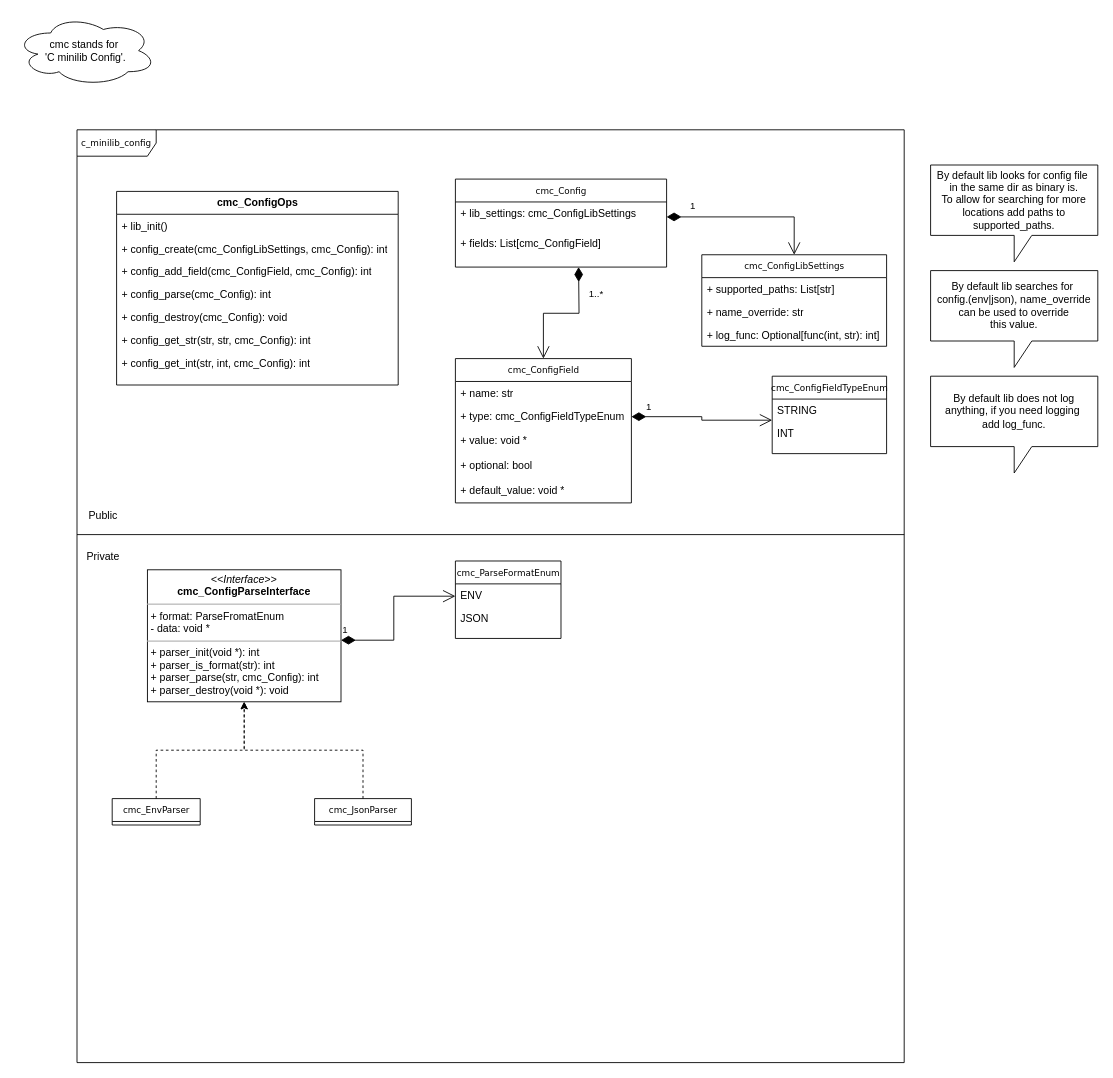
This is page "Data structures" (1 of 2) of docs/architecture.drawio from KubaTaba1uga/c_minilib_config, a draw.io file, before an edit. Source tidied: cells renumbered, new cells numbered last; positions are measured from the earlier drawing's top-left corner, leaving out a move shared by most shapes. Both pictures are drawn from the tidied source at 88%, with x=0, y=0 at pixel (15, 15).
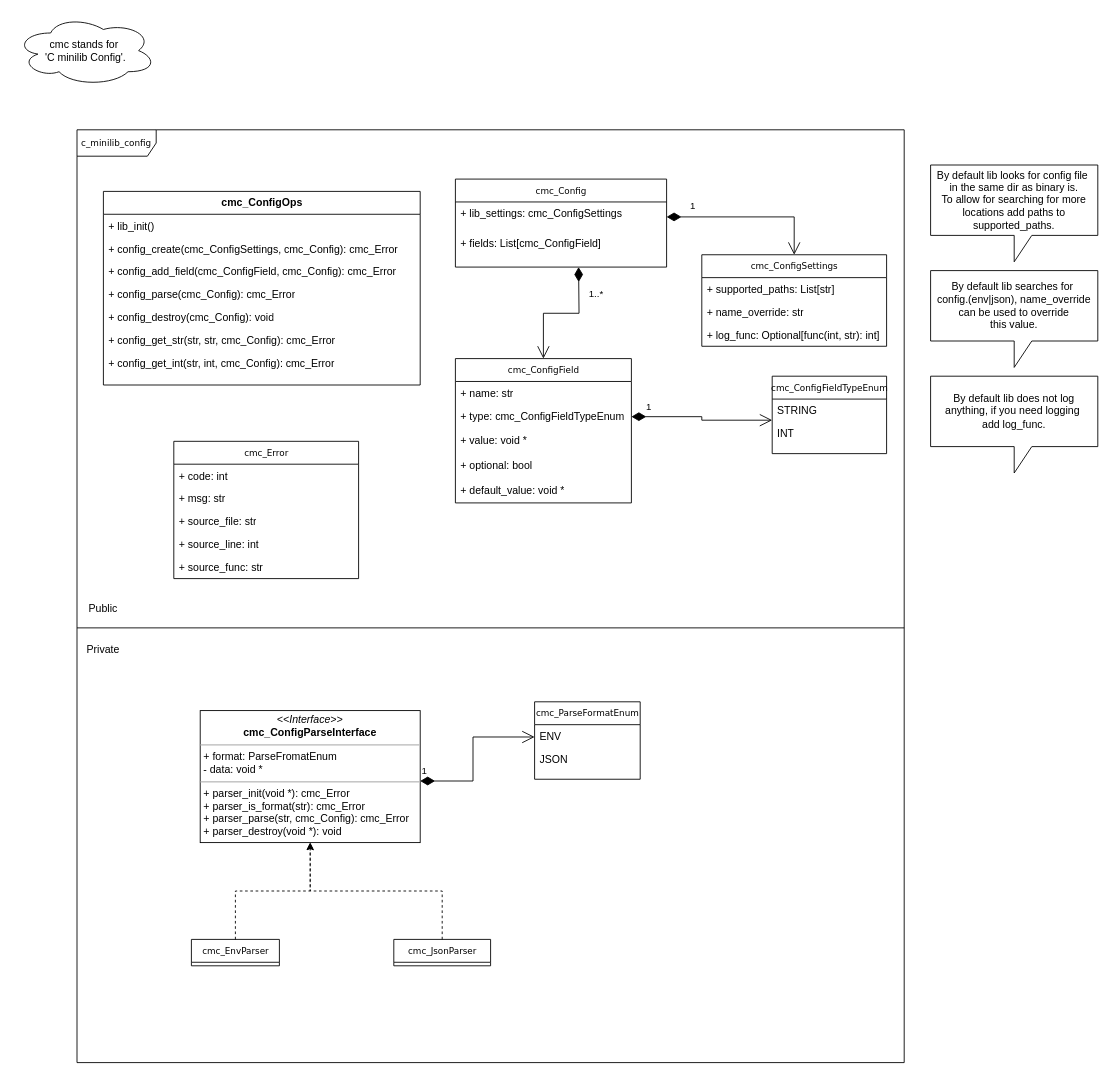
After the change.

Unchanged cells that the change refers to:
```xml
<mxCell id="6" value="cmc_Config" style="swimlane;html=1;fontStyle=0;horizontal=1;startSize=26;fillColor=none;swimlaneFillColor=#ffffff;rounded=0;shadow=0;comic=0;labelBackgroundColor=none;strokeWidth=1;fontFamily=Verdana;fontSize=10;align=center;" parent="1" vertex="1">
  <mxGeometry x="500" y="186" width="240" height="100" as="geometry" />
</mxCell>
```

The edit, as a diff of the source:
```diff
@@
-    <mxCell id="2" value="cmc_ConfigLibSettings" style="swimlane;html=1;fontStyle=0;horizontal=1;startSize=26;fillColor=none;swimlaneFillColor=#ffffff;rounded=0;shadow=0;comic=0;labelBackgroundColor=none;strokeWidth=1;fontFamily=Verdana;fontSize=10;align=center;" parent="1" vertex="1">
+    <mxCell id="2" value="cmc_ConfigSettings" style="swimlane;html=1;fontStyle=0;horizontal=1;startSize=26;fillColor=none;swimlaneFillColor=#ffffff;rounded=0;shadow=0;comic=0;labelBackgroundColor=none;strokeWidth=1;fontFamily=Verdana;fontSize=10;align=center;" parent="1" vertex="1">
       <mxGeometry x="780" y="272" width="210" height="104" as="geometry" />
     </mxCell>
@@
-    <mxCell id="7" value="+ lib_settings: cmc_ConfigLibSettings" style="text;html=1;strokeColor=none;fillColor=none;align=left;verticalAlign=top;spacingLeft=4;spacingRight=4;whiteSpace=wrap;overflow=hidden;points=[[0,0.5],[1,0.5]];portConstraint=eastwest;" parent="6" vertex="1">
+    <mxCell id="7" value="+ lib_settings: cmc_ConfigSettings" style="text;html=1;strokeColor=none;fillColor=none;align=left;verticalAlign=top;spacingLeft=4;spacingRight=4;whiteSpace=wrap;overflow=hidden;points=[[0,0.5],[1,0.5]];portConstraint=eastwest;" parent="6" vertex="1">
       <mxGeometry y="26" width="240" height="34" as="geometry" />
     </mxCell>
@@
     <mxCell id="21" value="&lt;b style=&quot;font-family: Helvetica; font-size: 12px;&quot;&gt;cmc_ConfigOps&lt;/b&gt;" style="swimlane;html=1;fontStyle=0;horizontal=1;startSize=26;fillColor=none;swimlaneFillColor=#ffffff;rounded=0;shadow=0;comic=0;labelBackgroundColor=none;strokeWidth=1;fontFamily=Verdana;fontSize=10;align=center;" parent="1" vertex="1">
-      <mxGeometry x="115" y="200" width="320" height="220" as="geometry" />
+      <mxGeometry x="100" y="200" width="360" height="220" as="geometry" />
     </mxCell>
     <mxCell id="22" value="+ lib_init()" style="text;html=1;strokeColor=none;fillColor=none;align=left;verticalAlign=top;spacingLeft=4;spacingRight=4;whiteSpace=wrap;overflow=hidden;" parent="21" vertex="1">
-      <mxGeometry y="26" width="320" height="26" as="geometry" />
+      <mxGeometry y="26" width="360" height="26" as="geometry" />
     </mxCell>
-    <mxCell id="23" value="&lt;div&gt;+ config_create(cmc_ConfigLibSettings, cmc_Config): int&lt;/div&gt;&lt;div&gt;&lt;br&gt;&lt;/div&gt;" style="text;html=1;strokeColor=none;fillColor=none;align=left;verticalAlign=top;spacingLeft=4;spacingRight=4;whiteSpace=wrap;overflow=hidden;" parent="21" vertex="1">
-      <mxGeometry y="52" width="320" height="26" as="geometry" />
+    <mxCell id="23" value="&lt;div&gt;+ config_create(cmc_ConfigSettings, cmc_Config): cmc_Error&lt;/div&gt;&lt;div&gt;&lt;br&gt;&lt;/div&gt;" style="text;html=1;strokeColor=none;fillColor=none;align=left;verticalAlign=top;spacingLeft=4;spacingRight=4;whiteSpace=wrap;overflow=hidden;" parent="21" vertex="1">
+      <mxGeometry y="52" width="360" height="26" as="geometry" />
     </mxCell>
-    <mxCell id="24" value="+ config_add_field(cmc_ConfigField, cmc_Config): int" style="text;html=1;strokeColor=none;fillColor=none;align=left;verticalAlign=top;spacingLeft=4;spacingRight=4;whiteSpace=wrap;overflow=hidden;" parent="21" vertex="1">
-      <mxGeometry y="78" width="320" height="26" as="geometry" />
+    <mxCell id="24" value="+ config_add_field(cmc_ConfigField, cmc_Config): cmc_Error" style="text;html=1;strokeColor=none;fillColor=none;align=left;verticalAlign=top;spacingLeft=4;spacingRight=4;whiteSpace=wrap;overflow=hidden;" parent="21" vertex="1">
+      <mxGeometry y="78" width="360" height="26" as="geometry" />
     </mxCell>
-    <mxCell id="25" value="&lt;div&gt;+ config_parse(cmc_Config): int&lt;/div&gt;&lt;div&gt;&lt;br&gt;&lt;/div&gt;" style="text;html=1;strokeColor=none;fillColor=none;align=left;verticalAlign=top;spacingLeft=4;spacingRight=4;whiteSpace=wrap;overflow=hidden;" parent="21" vertex="1">
-      <mxGeometry y="104" width="320" height="26" as="geometry" />
+    <mxCell id="25" value="&lt;div&gt;+ config_parse(cmc_Config): cmc_Error&lt;/div&gt;&lt;div&gt;&lt;br&gt;&lt;/div&gt;" style="text;html=1;strokeColor=none;fillColor=none;align=left;verticalAlign=top;spacingLeft=4;spacingRight=4;whiteSpace=wrap;overflow=hidden;" parent="21" vertex="1">
+      <mxGeometry y="104" width="360" height="26" as="geometry" />
     </mxCell>
     <mxCell id="26" value="&lt;div&gt;+ config_destroy(cmc_Config): void&lt;/div&gt;&lt;div&gt;&lt;br&gt;&lt;/div&gt;&lt;div&gt;&lt;br&gt;&lt;/div&gt;" style="text;html=1;strokeColor=none;fillColor=none;align=left;verticalAlign=top;spacingLeft=4;spacingRight=4;whiteSpace=wrap;overflow=hidden;" parent="21" vertex="1">
-      <mxGeometry y="130" width="320" height="26" as="geometry" />
+      <mxGeometry y="130" width="360" height="26" as="geometry" />
     </mxCell>
-    <mxCell id="27" value="+ config_get_str(str, str, cmc_Config): int" style="text;html=1;strokeColor=none;fillColor=none;align=left;verticalAlign=top;spacingLeft=4;spacingRight=4;whiteSpace=wrap;overflow=hidden;" parent="21" vertex="1">
-      <mxGeometry y="156" width="320" height="26" as="geometry" />
+    <mxCell id="27" value="+ config_get_str(str, str, cmc_Config): cmc_Error" style="text;html=1;strokeColor=none;fillColor=none;align=left;verticalAlign=top;spacingLeft=4;spacingRight=4;whiteSpace=wrap;overflow=hidden;" parent="21" vertex="1">
+      <mxGeometry y="156" width="360" height="26" as="geometry" />
     </mxCell>
-    <mxCell id="28" value="&lt;span style=&quot;text-wrap-mode: nowrap;&quot;&gt;+ config_get_int(str, int, cmc_Config): int&lt;/span&gt;" style="text;html=1;strokeColor=none;fillColor=none;align=left;verticalAlign=top;spacingLeft=4;spacingRight=4;whiteSpace=wrap;overflow=hidden;" parent="21" vertex="1">
-      <mxGeometry y="182" width="320" height="26" as="geometry" />
+    <mxCell id="28" value="&lt;span style=&quot;text-wrap-mode: nowrap;&quot;&gt;+ config_get_int(str, int, cmc_Config): cmc_Error&lt;/span&gt;" style="text;html=1;strokeColor=none;fillColor=none;align=left;verticalAlign=top;spacingLeft=4;spacingRight=4;whiteSpace=wrap;overflow=hidden;" parent="21" vertex="1">
+      <mxGeometry y="182" width="360" height="26" as="geometry" />
     </mxCell>
     <mxCell id="29" value="Public" style="text;html=1;align=center;verticalAlign=middle;whiteSpace=wrap;rounded=0;" parent="1" vertex="1">
-      <mxGeometry x="70" y="554" width="60" height="30" as="geometry" />
+      <mxGeometry x="70" y="660" width="60" height="30" as="geometry" />
     </mxCell>
     <mxCell id="30" value="Private" style="text;html=1;align=center;verticalAlign=middle;whiteSpace=wrap;rounded=0;" parent="1" vertex="1">
-      <mxGeometry x="70" y="600" width="60" height="30" as="geometry" />
+      <mxGeometry x="70" y="706" width="60" height="30" as="geometry" />
     </mxCell>
     <mxCell id="31" value="cmc_ParseFormatEnum" style="swimlane;html=1;fontStyle=0;horizontal=1;startSize=26;fillColor=none;swimlaneFillColor=#ffffff;rounded=0;shadow=0;comic=0;labelBackgroundColor=none;strokeWidth=1;fontFamily=Verdana;fontSize=10;align=center;" parent="1" vertex="1">
-      <mxGeometry x="500" y="620" width="120" height="88" as="geometry" />
+      <mxGeometry x="590" y="780" width="120" height="88" as="geometry" />
     </mxCell>
@@
-    <mxCell id="34" value="&lt;p style=&quot;margin:0px;margin-top:4px;text-align:center;&quot;&gt;&lt;i&gt;&amp;lt;&amp;lt;Interface&amp;gt;&amp;gt;&lt;/i&gt;&lt;br&gt;&lt;b&gt;cmc_ConfigParseInterface&lt;/b&gt;&lt;/p&gt;&lt;hr size=&quot;1&quot;&gt;&lt;p style=&quot;margin:0px;margin-left:4px;&quot;&gt;+ format: ParseFromatEnum&lt;br&gt;&lt;/p&gt;&lt;p style=&quot;margin:0px;margin-left:4px;&quot;&gt;- data: void *&lt;/p&gt;&lt;hr size=&quot;1&quot;&gt;&lt;p style=&quot;margin:0px;margin-left:4px;&quot;&gt;+ parser_init(void *): int&lt;br&gt;+ parser_is_format(str): int&lt;/p&gt;&lt;p style=&quot;margin:0px;margin-left:4px;&quot;&gt;+ parser_parse(str, cmc_Config): int&lt;br&gt;+ parser_destroy(void *): void&lt;/p&gt;" style="verticalAlign=top;align=left;overflow=fill;fontSize=12;fontFamily=Helvetica;html=1;rounded=0;shadow=0;comic=0;labelBackgroundColor=none;strokeWidth=1;" parent="1" vertex="1">
-      <mxGeometry x="150" y="630" width="220" height="150" as="geometry" />
+    <mxCell id="34" value="&lt;p style=&quot;margin:0px;margin-top:4px;text-align:center;&quot;&gt;&lt;i&gt;&amp;lt;&amp;lt;Interface&amp;gt;&amp;gt;&lt;/i&gt;&lt;br&gt;&lt;b&gt;cmc_ConfigParseInterface&lt;/b&gt;&lt;/p&gt;&lt;hr size=&quot;1&quot;&gt;&lt;p style=&quot;margin:0px;margin-left:4px;&quot;&gt;+ format: ParseFromatEnum&lt;br&gt;&lt;/p&gt;&lt;p style=&quot;margin:0px;margin-left:4px;&quot;&gt;- data: void *&lt;/p&gt;&lt;hr size=&quot;1&quot;&gt;&lt;p style=&quot;margin:0px;margin-left:4px;&quot;&gt;+ parser_init(void *): cmc_Error&lt;br&gt;+ parser_is_format(str): cmc_Error&lt;/p&gt;&lt;p style=&quot;margin:0px;margin-left:4px;&quot;&gt;+ parser_parse(str, cmc_Config): cmc_Error&lt;br&gt;+ parser_destroy(void *): void&lt;/p&gt;" style="verticalAlign=top;align=left;overflow=fill;fontSize=12;fontFamily=Helvetica;html=1;rounded=0;shadow=0;comic=0;labelBackgroundColor=none;strokeWidth=1;" parent="1" vertex="1">
+      <mxGeometry x="210" y="790" width="250" height="150" as="geometry" />
     </mxCell>
@@
     <mxCell id="36" value="cmc_EnvParser" style="swimlane;html=1;fontStyle=0;horizontal=1;startSize=26;fillColor=none;swimlaneFillColor=#ffffff;rounded=0;shadow=0;comic=0;labelBackgroundColor=none;strokeWidth=1;fontFamily=Verdana;fontSize=10;align=center;" parent="1" vertex="1" collapsed="1">
-      <mxGeometry x="110" y="890" width="100" height="30" as="geometry" />
+      <mxGeometry x="200" y="1050" width="100" height="30" as="geometry" />
     </mxCell>
@@
     <mxCell id="38" value="cmc_JsonParser" style="swimlane;html=1;fontStyle=0;horizontal=1;startSize=26;fillColor=none;swimlaneFillColor=#ffffff;rounded=0;shadow=0;comic=0;labelBackgroundColor=none;strokeWidth=1;fontFamily=Verdana;fontSize=10;align=center;" parent="1" vertex="1" collapsed="1">
-      <mxGeometry x="340" y="890" width="110" height="30" as="geometry" />
+      <mxGeometry x="430" y="1050" width="110" height="30" as="geometry" />
     </mxCell>
     <mxCell id="39" value="1" style="endArrow=open;html=1;endSize=12;startArrow=diamondThin;startSize=14;startFill=1;edgeStyle=orthogonalEdgeStyle;align=left;verticalAlign=bottom;rounded=0;" parent="1" edge="1">
       <mxGeometry x="-1" y="3" relative="1" as="geometry">
-        <mxPoint x="370" y="710" as="sourcePoint" />
-        <mxPoint x="500" y="660" as="targetPoint" />
+        <mxPoint x="460" y="870" as="sourcePoint" />
+        <mxPoint x="590" y="820" as="targetPoint" />
         <Array as="points">
-          <mxPoint x="430" y="710" />
-          <mxPoint x="430" y="660" />
+          <mxPoint x="520" y="870" />
+          <mxPoint x="520" y="820" />
         </Array>
       </mxGeometry>
     </mxCell>
@@
     <mxCell id="43" style="endArrow=none;html=1;rounded=0;" parent="1" edge="1">
       <mxGeometry relative="1" as="geometry">
-        <mxPoint x="70" y="590" as="sourcePoint" />
-        <mxPoint x="1010" y="590" as="targetPoint" />
+        <mxPoint x="70" y="696" as="sourcePoint" />
+        <mxPoint x="1010" y="696" as="targetPoint" />
       </mxGeometry>
     </mxCell>
@@
+    <mxCell id="46" value="cmc_Error" style="swimlane;html=1;fontStyle=0;horizontal=1;startSize=26;fillColor=none;swimlaneFillColor=#ffffff;rounded=0;shadow=0;comic=0;labelBackgroundColor=none;strokeWidth=1;fontFamily=Verdana;fontSize=10;align=center;" parent="1" vertex="1">
+      <mxGeometry x="180" y="484" width="210" height="156" as="geometry" />
+    </mxCell>
+    <mxCell id="47" value="+ code: int" style="text;html=1;strokeColor=none;fillColor=none;align=left;verticalAlign=top;spacingLeft=4;spacingRight=4;whiteSpace=wrap;overflow=hidden;" parent="46" vertex="1">
+      <mxGeometry y="26" width="210" height="26" as="geometry" />
+    </mxCell>
+    <mxCell id="48" value="+ msg: str" style="text;html=1;strokeColor=none;fillColor=none;align=left;verticalAlign=top;spacingLeft=4;spacingRight=4;whiteSpace=wrap;overflow=hidden;" parent="46" vertex="1">
+      <mxGeometry y="52" width="210" height="26" as="geometry" />
+    </mxCell>
+    <mxCell id="49" value="+ source_file: str" style="text;html=1;strokeColor=none;fillColor=none;align=left;verticalAlign=top;spacingLeft=4;spacingRight=4;whiteSpace=wrap;overflow=hidden;" parent="46" vertex="1">
+      <mxGeometry y="78" width="210" height="26" as="geometry" />
+    </mxCell>
+    <mxCell id="50" value="+ source_line: int" style="text;html=1;strokeColor=none;fillColor=none;align=left;verticalAlign=top;spacingLeft=4;spacingRight=4;whiteSpace=wrap;overflow=hidden;" parent="46" vertex="1">
+      <mxGeometry y="104" width="210" height="26" as="geometry" />
+    </mxCell>
+    <mxCell id="51" value="+ source_func: str" style="text;html=1;strokeColor=none;fillColor=none;align=left;verticalAlign=top;spacingLeft=4;spacingRight=4;whiteSpace=wrap;overflow=hidden;" parent="46" vertex="1">
+      <mxGeometry y="130" width="210" height="26" as="geometry" />
+    </mxCell>
```
